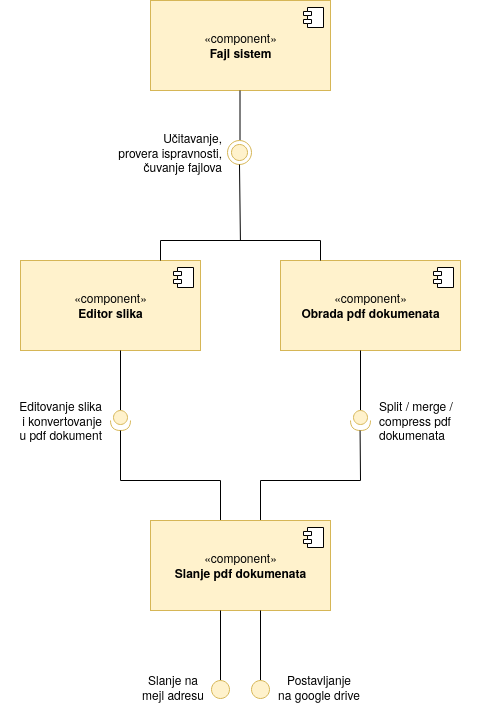
Earlier version of the draw.io export Specifikacija/dijagram_komponenti.png (ratspeaker/descan). Source tidied: cells renumbered, new cells last; positions are measured from the earlier drawing's top-left corner, leaving out a move shared by most shapes. Its diagram source:
```xml
<mxGraphModel>
  <root>
    <mxCell id="0" />
    <mxCell id="1" parent="0" />
    <mxCell id="2" value="«component»&lt;br&gt;&lt;b&gt;Fajl sistem&lt;/b&gt;" style="html=1;fillColor=#fff2cc;strokeColor=#d6b656;" parent="1" vertex="1">
      <mxGeometry x="150" width="180" height="90" as="geometry" />
    </mxCell>
    <mxCell id="3" style="shape=module;jettyWidth=8;jettyHeight=4;" parent="2" vertex="1">
      <mxGeometry x="1" width="20" height="20" relative="1" as="geometry">
        <mxPoint x="-27" y="7" as="offset" />
      </mxGeometry>
    </mxCell>
    <mxCell id="4" value="«component»&lt;br&gt;&lt;b&gt;Editor slika&lt;br&gt;&lt;/b&gt;" style="html=1;fillColor=#fff2cc;strokeColor=#d6b656;" parent="1" vertex="1">
      <mxGeometry x="20" y="260" width="180" height="90" as="geometry" />
    </mxCell>
    <mxCell id="5" style="shape=module;jettyWidth=8;jettyHeight=4;" parent="4" vertex="1">
      <mxGeometry x="1" width="20" height="20" relative="1" as="geometry">
        <mxPoint x="-27" y="7" as="offset" />
      </mxGeometry>
    </mxCell>
    <mxCell id="6" value="«component»&lt;br&gt;&lt;b&gt;Obrada&lt;/b&gt; &lt;b&gt;pdf&lt;/b&gt; &lt;b&gt;dokumenata&lt;/b&gt;" style="html=1;fillColor=#fff2cc;strokeColor=#d6b656;" parent="1" vertex="1">
      <mxGeometry x="280" y="260" width="180" height="90" as="geometry" />
    </mxCell>
    <mxCell id="7" style="shape=module;jettyWidth=8;jettyHeight=4;" parent="6" vertex="1">
      <mxGeometry x="1" width="20" height="20" relative="1" as="geometry">
        <mxPoint x="-27" y="7" as="offset" />
      </mxGeometry>
    </mxCell>
    <mxCell id="8" style="endArrow=none;html=1;rounded=0;" parent="1" edge="1">
      <mxGeometry relative="1" as="geometry">
        <mxPoint x="200.5" y="160" as="sourcePoint" />
        <mxPoint x="200.5" y="160" as="targetPoint" />
      </mxGeometry>
    </mxCell>
    <mxCell id="9" style="endArrow=none;html=1;rounded=0;" parent="1" edge="1">
      <mxGeometry relative="1" as="geometry">
        <mxPoint x="239.5" y="140" as="sourcePoint" />
        <mxPoint x="239.5" y="90" as="targetPoint" />
      </mxGeometry>
    </mxCell>
    <mxCell id="10" style="endArrow=none;html=1;rounded=0;startArrow=none;" parent="1" edge="1" source="35">
      <mxGeometry relative="1" as="geometry">
        <mxPoint x="239.5" y="160" as="targetPoint" />
      </mxGeometry>
    </mxCell>
    <mxCell id="11" style="endArrow=none;html=1;rounded=0;strokeColor=#000000;" parent="1" edge="1">
      <mxGeometry relative="1" as="geometry">
        <mxPoint x="160" y="240" as="sourcePoint" />
        <mxPoint x="320" y="240" as="targetPoint" />
      </mxGeometry>
    </mxCell>
    <mxCell id="12" style="endArrow=none;html=1;rounded=0;" parent="1" edge="1">
      <mxGeometry relative="1" as="geometry">
        <mxPoint x="160" y="260" as="sourcePoint" />
        <mxPoint x="160" y="240" as="targetPoint" />
      </mxGeometry>
    </mxCell>
    <mxCell id="13" style="endArrow=none;html=1;rounded=0;" parent="1" edge="1">
      <mxGeometry relative="1" as="geometry">
        <mxPoint x="320" y="240" as="sourcePoint" />
        <mxPoint x="320" y="260" as="targetPoint" />
      </mxGeometry>
    </mxCell>
    <mxCell id="14" value="&lt;div&gt;Učitavanje,&lt;/div&gt;&lt;div&gt;provera ispravnosti, čuvanje fajlova&lt;/div&gt;" style="text;html=1;strokeColor=none;fillColor=none;align=right;verticalAlign=middle;whiteSpace=wrap;rounded=0;" parent="1" vertex="1">
      <mxGeometry x="92" y="137" width="132" height="30" as="geometry" />
    </mxCell>
    <mxCell id="15" style="endArrow=none;html=1;rounded=0;strokeColor=#000000;" parent="1" edge="1">
      <mxGeometry relative="1" as="geometry">
        <mxPoint x="120" y="410" as="sourcePoint" />
        <mxPoint x="120" y="350" as="targetPoint" />
      </mxGeometry>
    </mxCell>
    <mxCell id="16" style="shape=providedRequiredInterface;html=1;verticalLabelPosition=bottom;sketch=0;strokeColor=#d6b656;direction=south;fillColor=#fff2cc;" parent="1" vertex="1">
      <mxGeometry x="110" y="410" width="20" height="20" as="geometry" />
    </mxCell>
    <mxCell id="17" style="line;strokeWidth=1;fillColor=none;align=left;verticalAlign=middle;spacingTop=-1;spacingLeft=3;spacingRight=3;labelPosition=right;direction=south;" parent="1" vertex="1">
      <mxGeometry x="116" y="430" width="8" height="50" as="geometry" />
    </mxCell>
    <mxCell id="18" value="&lt;div align=&quot;right&quot;&gt;Editovanje slika&lt;/div&gt;&lt;div align=&quot;right&quot;&gt; i konvertovanje&lt;/div&gt;&lt;div align=&quot;right&quot;&gt; u pdf dokument&lt;/div&gt;" style="text;html=1;strokeColor=none;fillColor=none;align=right;verticalAlign=middle;whiteSpace=wrap;rounded=0;" parent="1" vertex="1">
      <mxGeometry y="400" width="104" height="40" as="geometry" />
    </mxCell>
    <mxCell id="19" style="endArrow=none;html=1;rounded=0;strokeColor=#000000;" parent="1" edge="1">
      <mxGeometry relative="1" as="geometry">
        <mxPoint x="120" y="480" as="sourcePoint" />
        <mxPoint x="220" y="480" as="targetPoint" />
      </mxGeometry>
    </mxCell>
    <mxCell id="20" style="endArrow=none;html=1;rounded=0;strokeColor=#000000;" parent="1" edge="1">
      <mxGeometry relative="1" as="geometry">
        <mxPoint x="360" y="410" as="sourcePoint" />
        <mxPoint x="360" y="350" as="targetPoint" />
      </mxGeometry>
    </mxCell>
    <mxCell id="21" style="shape=providedRequiredInterface;html=1;verticalLabelPosition=bottom;sketch=0;strokeColor=#d6b656;direction=south;fillColor=#fff2cc;" parent="1" vertex="1">
      <mxGeometry x="350" y="410" width="20" height="20" as="geometry" />
    </mxCell>
    <mxCell id="22" style="endArrow=none;html=1;rounded=0;strokeColor=#000000;" parent="1" edge="1">
      <mxGeometry relative="1" as="geometry">
        <mxPoint x="359.6" y="430" as="sourcePoint" />
        <mxPoint x="360" y="480" as="targetPoint" />
      </mxGeometry>
    </mxCell>
    <mxCell id="23" style="endArrow=none;html=1;rounded=0;strokeColor=#000000;" parent="1" edge="1">
      <mxGeometry relative="1" as="geometry">
        <mxPoint x="260" y="480" as="sourcePoint" />
        <mxPoint x="360" y="480" as="targetPoint" />
      </mxGeometry>
    </mxCell>
    <mxCell id="24" value="Split / merge / compress pdf dokumenata" style="text;html=1;strokeColor=none;fillColor=none;align=left;verticalAlign=middle;whiteSpace=wrap;rounded=0;" parent="1" vertex="1">
      <mxGeometry x="377" y="400" width="100" height="40" as="geometry" />
    </mxCell>
    <mxCell id="25" style="endArrow=none;html=1;rounded=0;strokeColor=#000000;" parent="1" edge="1">
      <mxGeometry relative="1" as="geometry">
        <mxPoint x="220" y="480" as="sourcePoint" />
        <mxPoint x="220" y="520" as="targetPoint" />
      </mxGeometry>
    </mxCell>
    <mxCell id="26" style="endArrow=none;html=1;rounded=0;strokeColor=#000000;" parent="1" edge="1">
      <mxGeometry relative="1" as="geometry">
        <mxPoint x="260" y="480" as="sourcePoint" />
        <mxPoint x="260" y="520" as="targetPoint" />
      </mxGeometry>
    </mxCell>
    <mxCell id="27" value="«component»&lt;br&gt;&lt;b&gt;Slanje pdf dokumenata&lt;br&gt;&lt;/b&gt;" style="html=1;fillColor=#fff2cc;strokeColor=#d6b656;" parent="1" vertex="1">
      <mxGeometry x="150" y="520" width="180" height="90" as="geometry" />
    </mxCell>
    <mxCell id="28" style="shape=module;jettyWidth=8;jettyHeight=4;" parent="27" vertex="1">
      <mxGeometry x="1" width="20" height="20" relative="1" as="geometry">
        <mxPoint x="-27" y="7" as="offset" />
      </mxGeometry>
    </mxCell>
    <mxCell id="29" style="endArrow=none;html=1;rounded=0;strokeColor=#000000;" parent="1" edge="1">
      <mxGeometry relative="1" as="geometry">
        <mxPoint x="220" y="610" as="sourcePoint" />
        <mxPoint x="220" y="680" as="targetPoint" />
      </mxGeometry>
    </mxCell>
    <mxCell id="30" style="endArrow=none;html=1;rounded=0;strokeColor=#000000;" parent="1" edge="1">
      <mxGeometry relative="1" as="geometry">
        <mxPoint x="260" y="610" as="sourcePoint" />
        <mxPoint x="260" y="680" as="targetPoint" />
      </mxGeometry>
    </mxCell>
    <mxCell id="31" style="ellipse;whiteSpace=wrap;html=1;strokeColor=#d6b656;fillColor=#fff2cc;" parent="1" vertex="1">
      <mxGeometry x="211" y="680" width="18" height="18" as="geometry" />
    </mxCell>
    <mxCell id="32" style="ellipse;whiteSpace=wrap;html=1;strokeColor=#d6b656;fillColor=#fff2cc;" parent="1" vertex="1">
      <mxGeometry x="251" y="680" width="18" height="18" as="geometry" />
    </mxCell>
    <mxCell id="33" value="Slanje na mejl adresu" style="text;html=1;strokeColor=none;fillColor=none;align=center;verticalAlign=middle;whiteSpace=wrap;rounded=0;" parent="1" vertex="1">
      <mxGeometry x="138" y="672" width="70" height="30" as="geometry" />
    </mxCell>
    <mxCell id="34" value="&lt;div&gt;Postavljanje &lt;br&gt;&lt;/div&gt;&lt;div&gt;na google drive&lt;/div&gt;" style="text;html=1;strokeColor=none;fillColor=none;align=center;verticalAlign=middle;whiteSpace=wrap;rounded=0;" parent="1" vertex="1">
      <mxGeometry x="274" y="672" width="90" height="30" as="geometry" />
    </mxCell>
    <mxCell id="35" style="ellipse;whiteSpace=wrap;html=1;labelBackgroundColor=default;labelBorderColor=default;fontColor=#FFFFFF;strokeColor=#D6B656;" parent="1" vertex="1">
      <mxGeometry x="227" y="140" width="24" height="24" as="geometry" />
    </mxCell>
    <mxCell id="36" style="ellipse;whiteSpace=wrap;html=1;labelBackgroundColor=default;labelBorderColor=default;strokeColor=#d6b656;fillColor=#fff2cc;" parent="1" vertex="1">
      <mxGeometry x="231" y="144" width="16" height="16" as="geometry" />
    </mxCell>
    <mxCell id="37" style="endArrow=none;html=1;rounded=0;" parent="1" edge="1" target="35">
      <mxGeometry relative="1" as="geometry">
        <mxPoint x="239.9" y="240" as="sourcePoint" />
      </mxGeometry>
    </mxCell>
  </root>
</mxGraphModel>
```
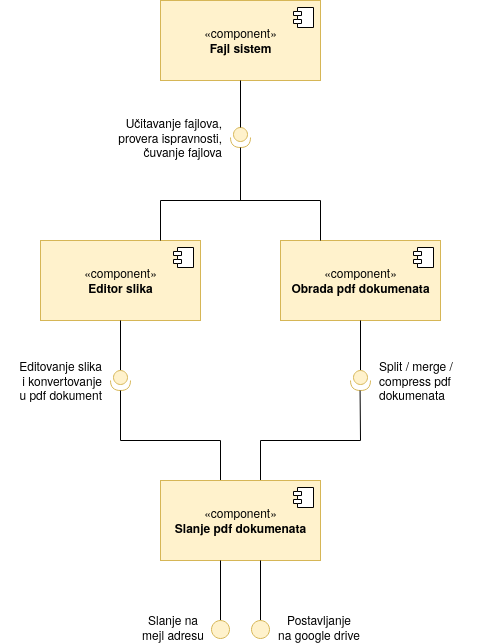
The same file after the commit.

Commit message:
docs: Component diagram changed

Diff of the diagram source:
```diff
@@ -3,7 +3,7 @@
     <mxCell id="0" />
     <mxCell id="1" parent="0" />
     <mxCell id="2" value="«component»&lt;br&gt;&lt;b&gt;Fajl sistem&lt;/b&gt;" style="html=1;fillColor=#fff2cc;strokeColor=#d6b656;" parent="1" vertex="1">
-      <mxGeometry x="150" width="180" height="90" as="geometry" />
+      <mxGeometry x="160" y="40" width="160" height="80" as="geometry" />
     </mxCell>
     <mxCell id="3" style="shape=module;jettyWidth=8;jettyHeight=4;" parent="2" vertex="1">
       <mxGeometry x="1" width="20" height="20" relative="1" as="geometry">
@@ -11,7 +11,7 @@
       </mxGeometry>
     </mxCell>
     <mxCell id="4" value="«component»&lt;br&gt;&lt;b&gt;Editor slika&lt;br&gt;&lt;/b&gt;" style="html=1;fillColor=#fff2cc;strokeColor=#d6b656;" parent="1" vertex="1">
-      <mxGeometry x="20" y="260" width="180" height="90" as="geometry" />
+      <mxGeometry x="40" y="280" width="160" height="80" as="geometry" />
     </mxCell>
     <mxCell id="5" style="shape=module;jettyWidth=8;jettyHeight=4;" parent="4" vertex="1">
       <mxGeometry x="1" width="20" height="20" relative="1" as="geometry">
@@ -19,7 +19,7 @@
       </mxGeometry>
     </mxCell>
     <mxCell id="6" value="«component»&lt;br&gt;&lt;b&gt;Obrada&lt;/b&gt; &lt;b&gt;pdf&lt;/b&gt; &lt;b&gt;dokumenata&lt;/b&gt;" style="html=1;fillColor=#fff2cc;strokeColor=#d6b656;" parent="1" vertex="1">
-      <mxGeometry x="280" y="260" width="180" height="90" as="geometry" />
+      <mxGeometry x="280" y="280" width="160" height="80" as="geometry" />
     </mxCell>
     <mxCell id="7" style="shape=module;jettyWidth=8;jettyHeight=4;" parent="6" vertex="1">
       <mxGeometry x="1" width="20" height="20" relative="1" as="geometry">
@@ -32,42 +32,29 @@
         <mxPoint x="200.5" y="160" as="targetPoint" />
       </mxGeometry>
     </mxCell>
-    <mxCell id="9" style="endArrow=none;html=1;rounded=0;" parent="1" edge="1">
-      <mxGeometry relative="1" as="geometry">
-        <mxPoint x="239.5" y="140" as="sourcePoint" />
-        <mxPoint x="239.5" y="90" as="targetPoint" />
-      </mxGeometry>
-    </mxCell>
-    <mxCell id="10" style="endArrow=none;html=1;rounded=0;startArrow=none;" parent="1" edge="1" source="35">
-      <mxGeometry relative="1" as="geometry">
-        <mxPoint x="239.5" y="160" as="targetPoint" />
-      </mxGeometry>
-    </mxCell>
     <mxCell id="11" style="endArrow=none;html=1;rounded=0;strokeColor=#000000;" parent="1" edge="1">
       <mxGeometry relative="1" as="geometry">
         <mxPoint x="160" y="240" as="sourcePoint" />
         <mxPoint x="320" y="240" as="targetPoint" />
       </mxGeometry>
     </mxCell>
-    <mxCell id="12" style="endArrow=none;html=1;rounded=0;" parent="1" edge="1">
+    <mxCell id="12" style="endArrow=none;html=1;rounded=0;exitX=0.75;exitY=0;exitDx=0;exitDy=0;" parent="1" edge="1" source="4">
       <mxGeometry relative="1" as="geometry">
-        <mxPoint x="160" y="260" as="sourcePoint" />
         <mxPoint x="160" y="240" as="targetPoint" />
       </mxGeometry>
     </mxCell>
-    <mxCell id="13" style="endArrow=none;html=1;rounded=0;" parent="1" edge="1">
+    <mxCell id="13" style="endArrow=none;html=1;rounded=0;entryX=0.25;entryY=0;entryDx=0;entryDy=0;" parent="1" edge="1" target="6">
       <mxGeometry relative="1" as="geometry">
         <mxPoint x="320" y="240" as="sourcePoint" />
-        <mxPoint x="320" y="260" as="targetPoint" />
       </mxGeometry>
     </mxCell>
-    <mxCell id="14" value="&lt;div&gt;Učitavanje,&lt;/div&gt;&lt;div&gt;provera ispravnosti, čuvanje fajlova&lt;/div&gt;" style="text;html=1;strokeColor=none;fillColor=none;align=right;verticalAlign=middle;whiteSpace=wrap;rounded=0;" parent="1" vertex="1">
-      <mxGeometry x="92" y="137" width="132" height="30" as="geometry" />
+    <mxCell id="14" value="&lt;div&gt;Učitavanje fajlova,&lt;br&gt;&lt;/div&gt;&lt;div&gt;provera ispravnosti, čuvanje fajlova&lt;/div&gt;" style="text;html=1;strokeColor=none;fillColor=none;align=right;verticalAlign=middle;whiteSpace=wrap;rounded=0;" parent="1" vertex="1">
+      <mxGeometry x="92" y="162" width="132" height="30" as="geometry" />
     </mxCell>
     <mxCell id="15" style="endArrow=none;html=1;rounded=0;strokeColor=#000000;" parent="1" edge="1">
       <mxGeometry relative="1" as="geometry">
         <mxPoint x="120" y="410" as="sourcePoint" />
-        <mxPoint x="120" y="350" as="targetPoint" />
+        <mxPoint x="120" y="360" as="targetPoint" />
       </mxGeometry>
     </mxCell>
     <mxCell id="16" style="shape=providedRequiredInterface;html=1;verticalLabelPosition=bottom;sketch=0;strokeColor=#d6b656;direction=south;fillColor=#fff2cc;" parent="1" vertex="1">
@@ -88,7 +75,7 @@
     <mxCell id="20" style="endArrow=none;html=1;rounded=0;strokeColor=#000000;" parent="1" edge="1">
       <mxGeometry relative="1" as="geometry">
         <mxPoint x="360" y="410" as="sourcePoint" />
-        <mxPoint x="360" y="350" as="targetPoint" />
+        <mxPoint x="360" y="360" as="targetPoint" />
       </mxGeometry>
     </mxCell>
     <mxCell id="21" style="shape=providedRequiredInterface;html=1;verticalLabelPosition=bottom;sketch=0;strokeColor=#d6b656;direction=south;fillColor=#fff2cc;" parent="1" vertex="1">
@@ -122,7 +109,7 @@
       </mxGeometry>
     </mxCell>
     <mxCell id="27" value="«component»&lt;br&gt;&lt;b&gt;Slanje pdf dokumenata&lt;br&gt;&lt;/b&gt;" style="html=1;fillColor=#fff2cc;strokeColor=#d6b656;" parent="1" vertex="1">
-      <mxGeometry x="150" y="520" width="180" height="90" as="geometry" />
+      <mxGeometry x="160" y="520" width="160" height="80" as="geometry" />
     </mxCell>
     <mxCell id="28" style="shape=module;jettyWidth=8;jettyHeight=4;" parent="27" vertex="1">
       <mxGeometry x="1" width="20" height="20" relative="1" as="geometry">
@@ -131,38 +118,38 @@
     </mxCell>
     <mxCell id="29" style="endArrow=none;html=1;rounded=0;strokeColor=#000000;" parent="1" edge="1">
       <mxGeometry relative="1" as="geometry">
-        <mxPoint x="220" y="610" as="sourcePoint" />
-        <mxPoint x="220" y="680" as="targetPoint" />
+        <mxPoint x="220" y="600" as="sourcePoint" />
+        <mxPoint x="220" y="660" as="targetPoint" />
       </mxGeometry>
     </mxCell>
     <mxCell id="30" style="endArrow=none;html=1;rounded=0;strokeColor=#000000;" parent="1" edge="1">
       <mxGeometry relative="1" as="geometry">
-        <mxPoint x="260" y="610" as="sourcePoint" />
-        <mxPoint x="260" y="680" as="targetPoint" />
+        <mxPoint x="260" y="600" as="sourcePoint" />
+        <mxPoint x="260" y="660" as="targetPoint" />
       </mxGeometry>
     </mxCell>
     <mxCell id="31" style="ellipse;whiteSpace=wrap;html=1;strokeColor=#d6b656;fillColor=#fff2cc;" parent="1" vertex="1">
-      <mxGeometry x="211" y="680" width="18" height="18" as="geometry" />
+      <mxGeometry x="211" y="660" width="18" height="18" as="geometry" />
     </mxCell>
     <mxCell id="32" style="ellipse;whiteSpace=wrap;html=1;strokeColor=#d6b656;fillColor=#fff2cc;" parent="1" vertex="1">
-      <mxGeometry x="251" y="680" width="18" height="18" as="geometry" />
+      <mxGeometry x="251" y="660" width="18" height="18" as="geometry" />
     </mxCell>
     <mxCell id="33" value="Slanje na mejl adresu" style="text;html=1;strokeColor=none;fillColor=none;align=center;verticalAlign=middle;whiteSpace=wrap;rounded=0;" parent="1" vertex="1">
-      <mxGeometry x="138" y="672" width="70" height="30" as="geometry" />
+      <mxGeometry x="138" y="652" width="70" height="30" as="geometry" />
     </mxCell>
     <mxCell id="34" value="&lt;div&gt;Postavljanje &lt;br&gt;&lt;/div&gt;&lt;div&gt;na google drive&lt;/div&gt;" style="text;html=1;strokeColor=none;fillColor=none;align=center;verticalAlign=middle;whiteSpace=wrap;rounded=0;" parent="1" vertex="1">
-      <mxGeometry x="274" y="672" width="90" height="30" as="geometry" />
+      <mxGeometry x="274" y="652" width="90" height="30" as="geometry" />
     </mxCell>
-    <mxCell id="35" style="ellipse;whiteSpace=wrap;html=1;labelBackgroundColor=default;labelBorderColor=default;fontColor=#FFFFFF;strokeColor=#D6B656;" parent="1" vertex="1">
-      <mxGeometry x="227" y="140" width="24" height="24" as="geometry" />
-    </mxCell>
-    <mxCell id="36" style="ellipse;whiteSpace=wrap;html=1;labelBackgroundColor=default;labelBorderColor=default;strokeColor=#d6b656;fillColor=#fff2cc;" parent="1" vertex="1">
-      <mxGeometry x="231" y="144" width="16" height="16" as="geometry" />
-    </mxCell>
-    <mxCell id="37" style="endArrow=none;html=1;rounded=0;" parent="1" edge="1" target="35">
-      <mxGeometry relative="1" as="geometry">
-        <mxPoint x="239.9" y="240" as="sourcePoint" />
-      </mxGeometry>
-    </mxCell>
+    <mxCell id="38" style="shape=providedRequiredInterface;html=1;verticalLabelPosition=bottom;sketch=0;direction=south;fillColor=#fff2cc;strokeColor=#d6b656;" parent="1" vertex="1">
+      <mxGeometry x="230" y="167" width="20" height="20" as="geometry" />
+    </mxCell>
+    <mxCell id="39" style="endArrow=none;html=1;rounded=0;strokeColor=#000000;entryX=1;entryY=0.5;entryDx=0;entryDy=0;entryPerimeter=0;" parent="1" edge="1" target="38">
+      <mxGeometry relative="1" as="geometry">
+        <mxPoint x="240" y="240" as="sourcePoint" />
+      </mxGeometry>
+    </mxCell>
+    <mxCell id="40" style="endArrow=none;html=1;rounded=0;strokeColor=#000000;entryX=0.5;entryY=1;entryDx=0;entryDy=0;exitX=0;exitY=0.5;exitDx=0;exitDy=0;exitPerimeter=0;" parent="1" edge="1" source="38" target="2">
+      <mxGeometry relative="1" as="geometry" />
+    </mxCell>
   </root>
 </mxGraphModel>
```
